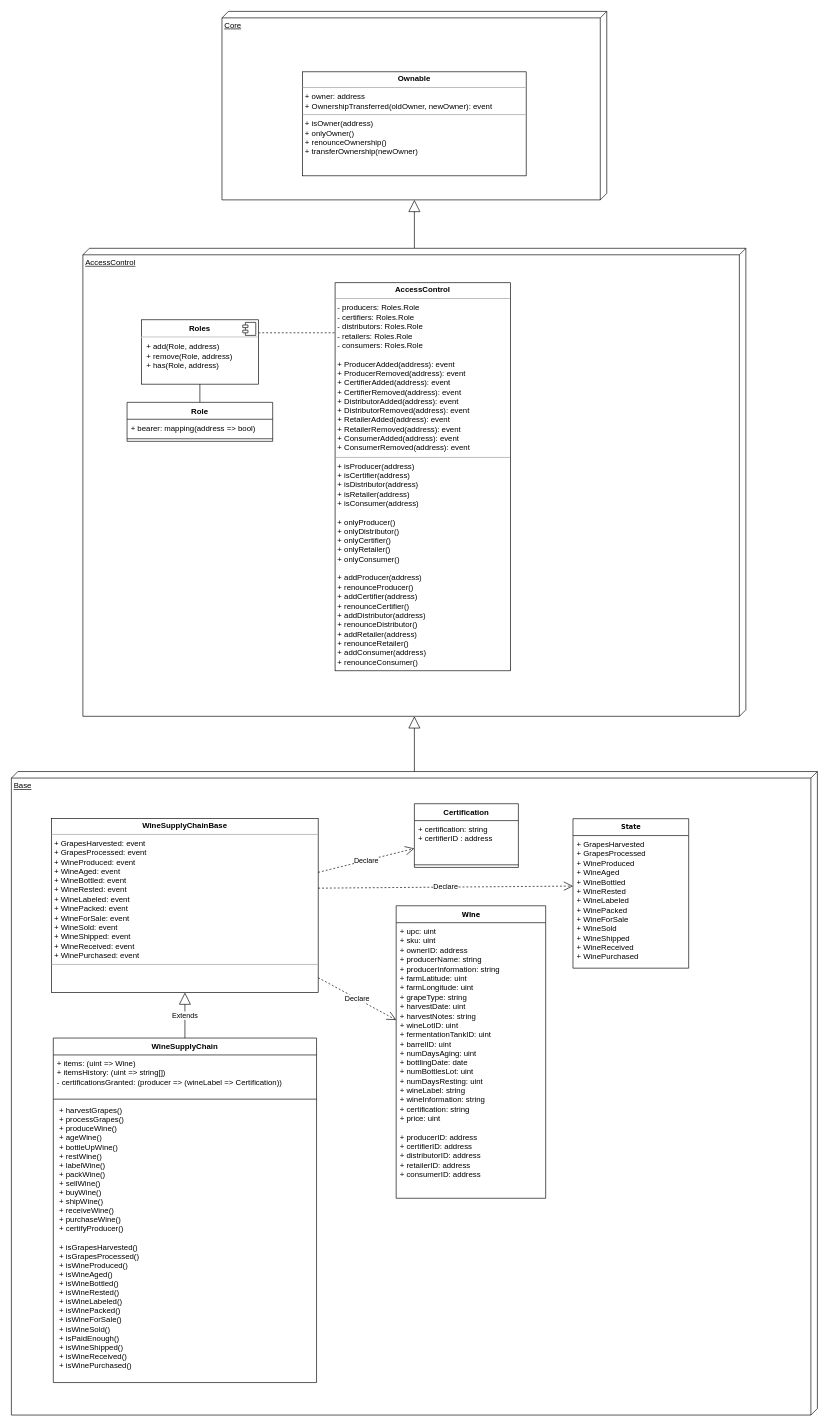
pahique/winesupplychain keeps this draw.io diagram as diagrams/ClassDiagram.drawio. Above is the earlier version. Source tidied: cells renumbered, new cells numbered last; positions are measured from the earlier drawing's top-left corner, leaving out a move shared by most shapes. Both pictures are drawn from the tidied source at 65%, with x=0, y=0 at pixel (11, 11).
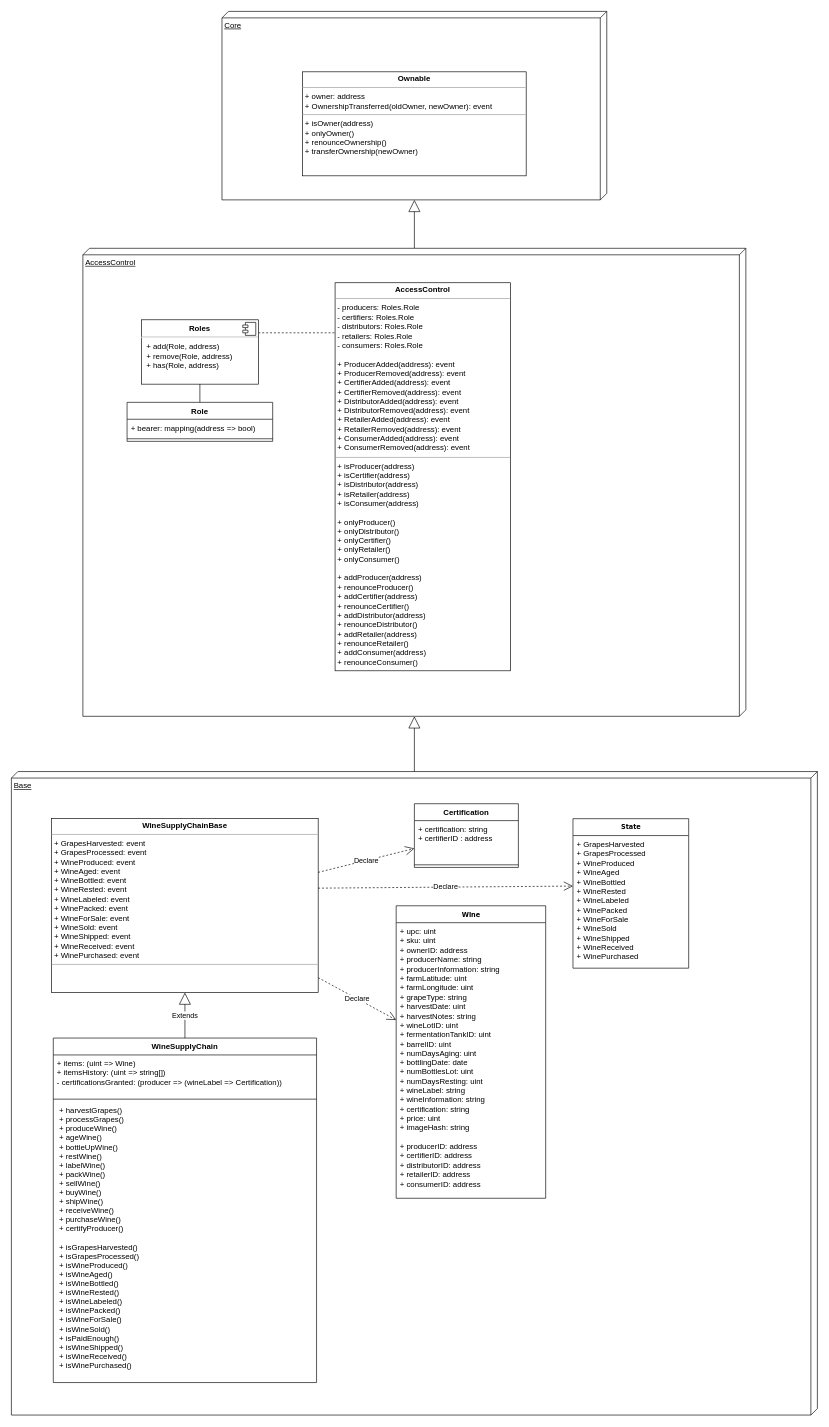
The same page after the edit.

Unchanged cells that the change refers to:
```xml
<mxCell id="4" value="&lt;b&gt;Wine&lt;/b&gt;" style="swimlane;html=1;fontStyle=0;horizontal=1;startSize=26;fillColor=none;swimlaneFillColor=#ffffff;rounded=0;shadow=0;comic=0;labelBackgroundColor=none;strokeColor=#000000;strokeWidth=1;fontFamily=Verdana;fontSize=10;fontColor=#000000;align=center;" parent="1" vertex="1">
  <mxGeometry x="592" y="1376" width="230" height="450" as="geometry" />
</mxCell>
```

Change to the diagram source:
```diff
@@
-    <mxCell id="5" value="+ upc: uint&lt;br&gt;+ sku: uint&lt;br&gt;+ ownerID: address&lt;br&gt;+ producerName: string&lt;br&gt;+ producerInformation: string&lt;br&gt;+ farmLatitude: uint&lt;br&gt;+ farmLongitude: uint&lt;br&gt;+ grapeType: string&lt;br&gt;+ harvestDate: uint&lt;br&gt;+ harvestNotes: string&lt;br&gt;+ wineLotID: uint&lt;br&gt;+ fermentationTankID: uint&lt;br&gt;+ barrelID: uint&lt;br&gt;+ numDaysAging: uint&lt;br&gt;+ bottlingDate: date&lt;br&gt;+ numBottlesLot: uint&lt;br&gt;+ numDaysResting: uint&lt;br&gt;+ wineLabel: string&lt;br&gt;+ wineInformation: string&lt;br&gt;+ certification: string&lt;br&gt;+ price: uint&lt;br&gt;&lt;br&gt;+ producerID: address&lt;br&gt;+ certifierID: address&lt;br&gt;+ distributorID: address&lt;br&gt;+ retailerID: address&lt;br&gt;+ consumerID: address&lt;br&gt;&lt;br&gt;&lt;br&gt;" style="text;html=1;strokeColor=none;fillColor=none;align=left;verticalAlign=top;spacingLeft=4;spacingRight=4;whiteSpace=wrap;overflow=hidden;points=[[0,0.5],[1,0.5]];portConstraint=eastwest;" parent="4" vertex="1">
+    <mxCell id="5" value="+ upc: uint&lt;br&gt;+ sku: uint&lt;br&gt;+ ownerID: address&lt;br&gt;+ producerName: string&lt;br&gt;+ producerInformation: string&lt;br&gt;+ farmLatitude: uint&lt;br&gt;+ farmLongitude: uint&lt;br&gt;+ grapeType: string&lt;br&gt;+ harvestDate: uint&lt;br&gt;+ harvestNotes: string&lt;br&gt;+ wineLotID: uint&lt;br&gt;+ fermentationTankID: uint&lt;br&gt;+ barrelID: uint&lt;br&gt;+ numDaysAging: uint&lt;br&gt;+ bottlingDate: date&lt;br&gt;+ numBottlesLot: uint&lt;br&gt;+ numDaysResting: uint&lt;br&gt;+ wineLabel: string&lt;br&gt;+ wineInformation: string&lt;br&gt;+ certification: string&lt;br&gt;+ price: uint&lt;br&gt;+ imageHash: string&lt;br&gt;&lt;br&gt;+ producerID: address&lt;br&gt;+ certifierID: address&lt;br&gt;+ distributorID: address&lt;br&gt;+ retailerID: address&lt;br&gt;+ consumerID: address&lt;br&gt;&lt;br&gt;&lt;br&gt;" style="text;html=1;strokeColor=none;fillColor=none;align=left;verticalAlign=top;spacingLeft=4;spacingRight=4;whiteSpace=wrap;overflow=hidden;points=[[0,0.5],[1,0.5]];portConstraint=eastwest;" parent="4" vertex="1">
       <mxGeometry y="26" width="230" height="424" as="geometry" />
     </mxCell>
```
